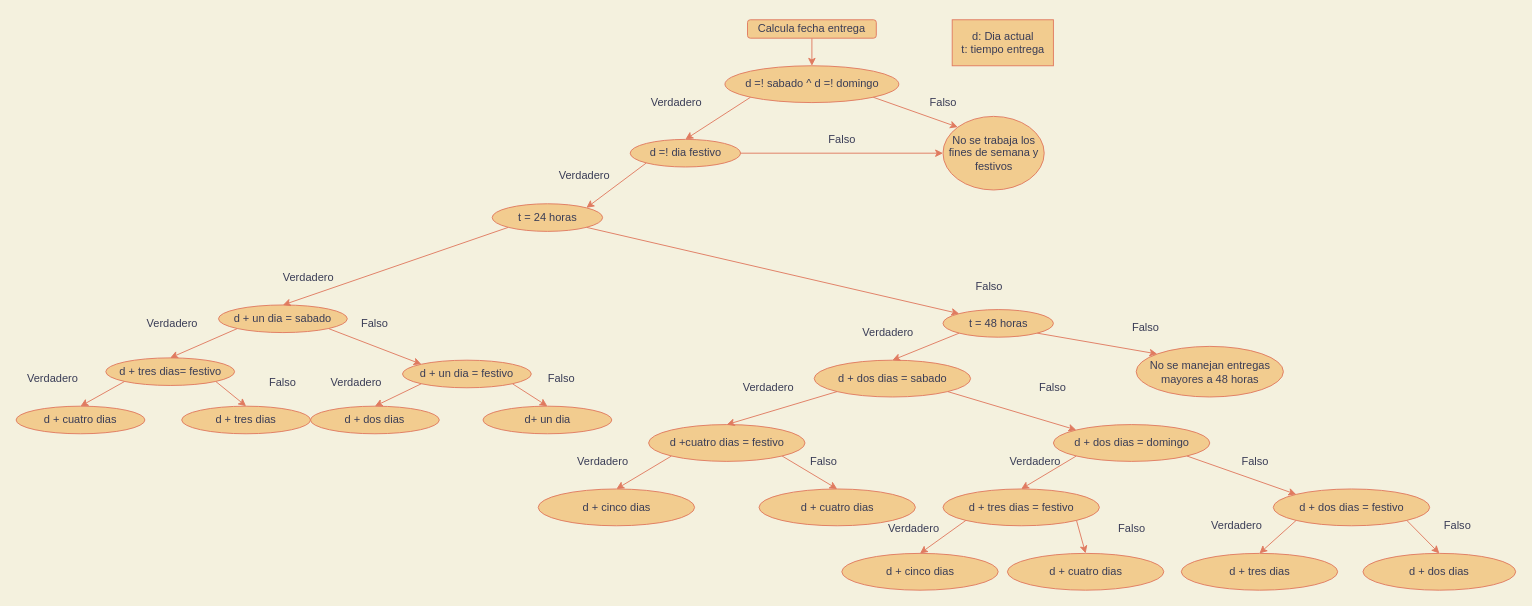
Earlier version of the draw.io diagram Untitled Diagram.drawio (Roldan0194/Roldan0194). Source tidied: cells renumbered, new cells numbered last; positions are measured from the earlier drawing's top-left corner, leaving out a move shared by most shapes. Both pictures are drawn from the tidied source at 92%, with x=0, y=0 at pixel (16, 19).
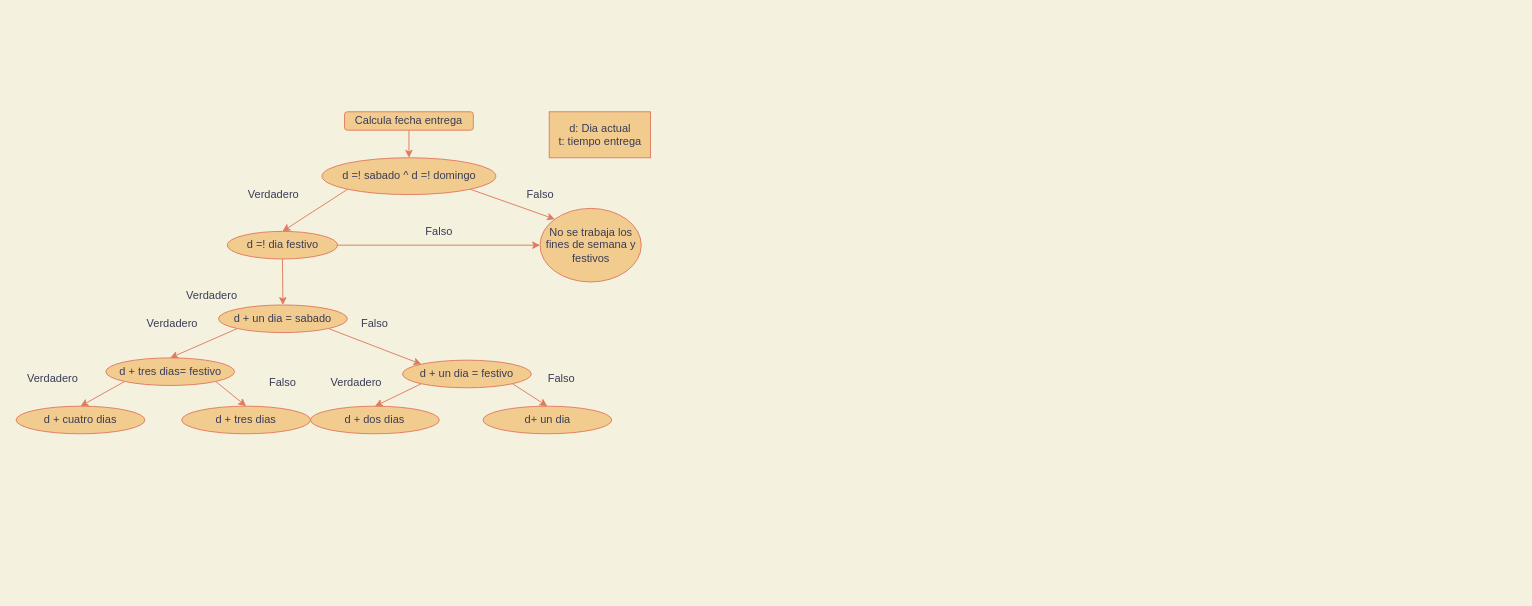
The same page after the edit.

The change refers to these unchanged cells:
```xml
<mxCell id="17" value="d + un dia = sabado" style="ellipse;whiteSpace=wrap;html=1;fillColor=#F2CC8F;strokeColor=#E07A5F;fontColor=#393C56;" parent="1" vertex="1">
  <mxGeometry x="220" y="310" width="140" height="30" as="geometry" />
</mxCell>
```

What changed in the source:
```diff
@@
     <mxCell id="3" value="Calcula fecha entrega" style="rounded=1;whiteSpace=wrap;html=1;fillColor=#F2CC8F;strokeColor=#E07A5F;fontColor=#393C56;" parent="1" vertex="1">
-      <mxGeometry x="795" width="140" height="20" as="geometry" />
+      <mxGeometry x="357" y="100" width="140" height="20" as="geometry" />
     </mxCell>
     <mxCell id="4" value="d =! sabado ^ d =! domingo " style="ellipse;whiteSpace=wrap;html=1;fillColor=#F2CC8F;strokeColor=#E07A5F;fontColor=#393C56;" parent="1" vertex="1">
-      <mxGeometry x="770.5" y="50" width="189" height="40" as="geometry" />
+      <mxGeometry x="332.5" y="150" width="189" height="40" as="geometry" />
     </mxCell>
     <mxCell id="5" value="&lt;div&gt;&lt;br&gt;&lt;/div&gt;&lt;div&gt;d: Dia actual&lt;/div&gt;&lt;div&gt;t: tiempo entrega&lt;/div&gt;&lt;div&gt;&lt;br&gt;&lt;/div&gt;" style="rounded=0;whiteSpace=wrap;html=1;fillColor=#F2CC8F;strokeColor=#E07A5F;fontColor=#393C56;" parent="1" vertex="1">
-      <mxGeometry x="1017.5" width="110" height="50" as="geometry" />
+      <mxGeometry x="579.5" y="100" width="110" height="50" as="geometry" />
     </mxCell>
@@
     <mxCell id="8" value="No se trabaja los fines de semana y festivos" style="ellipse;whiteSpace=wrap;html=1;fillColor=#F2CC8F;strokeColor=#E07A5F;fontColor=#393C56;" parent="1" vertex="1">
-      <mxGeometry x="1007.5" y="105" width="110" height="80" as="geometry" />
+      <mxGeometry x="569.5" y="205" width="110" height="80" as="geometry" />
     </mxCell>
     <mxCell id="9" value="d =! dia festivo" style="ellipse;whiteSpace=wrap;html=1;fillColor=#F2CC8F;strokeColor=#E07A5F;fontColor=#393C56;" parent="1" vertex="1">
-      <mxGeometry x="667.5" y="130" width="120" height="30" as="geometry" />
+      <mxGeometry x="229.5" y="230" width="120" height="30" as="geometry" />
     </mxCell>
@@
     <mxCell id="11" value="Verdadero" style="text;html=1;strokeColor=none;fillColor=none;align=center;verticalAlign=middle;whiteSpace=wrap;rounded=0;fontColor=#393C56;" parent="1" vertex="1">
-      <mxGeometry x="687.5" y="80" width="60" height="20" as="geometry" />
+      <mxGeometry x="249.5" y="180" width="60" height="20" as="geometry" />
     </mxCell>
     <mxCell id="12" value="Falso" style="text;html=1;strokeColor=none;fillColor=none;align=center;verticalAlign=middle;whiteSpace=wrap;rounded=0;fontColor=#393C56;" parent="1" vertex="1">
-      <mxGeometry x="987.5" y="80" width="40" height="20" as="geometry" />
+      <mxGeometry x="549.5" y="180" width="40" height="20" as="geometry" />
     </mxCell>
     <mxCell id="13" value="Falso" style="text;html=1;strokeColor=none;fillColor=none;align=center;verticalAlign=middle;whiteSpace=wrap;rounded=0;fontColor=#393C56;" parent="1" vertex="1">
-      <mxGeometry x="877.5" y="120" width="40" height="20" as="geometry" />
+      <mxGeometry x="439.5" y="220" width="40" height="20" as="geometry" />
     </mxCell>
     <mxCell id="14" value="Verdadero" style="text;html=1;strokeColor=none;fillColor=none;align=center;verticalAlign=middle;whiteSpace=wrap;rounded=0;fontColor=#393C56;" parent="1" vertex="1">
-      <mxGeometry x="587.5" y="160" width="60" height="20" as="geometry" />
+      <mxGeometry x="183" y="290" width="60" height="20" as="geometry" />
     </mxCell>
-    <mxCell id="15" style="endArrow=classic;html=1;exitX=0;exitY=1;exitDx=0;exitDy=0;entryX=1;entryY=0;entryDx=0;entryDy=0;strokeColor=#E07A5F;fontColor=#393C56;labelBackgroundColor=#F4F1DE;" parent="1" edge="1" source="9" target="16">
+    <mxCell id="15" style="endArrow=classic;html=1;exitX=0.5;exitY=1;exitDx=0;exitDy=0;entryX=0.5;entryY=0;entryDx=0;entryDy=0;strokeColor=#E07A5F;fontColor=#393C56;labelBackgroundColor=#F4F1DE;" parent="1" edge="1" source="9" target="17">
       <mxGeometry relative="1" as="geometry" />
     </mxCell>
-    <mxCell id="16" value="t = 24 horas" style="ellipse;whiteSpace=wrap;html=1;fillColor=#F2CC8F;strokeColor=#E07A5F;fontColor=#393C56;" parent="1" vertex="1">
-      <mxGeometry x="517.5" y="200" width="120" height="30" as="geometry" />
-    </mxCell>
@@
-    <mxCell id="18" style="endArrow=classic;html=1;exitX=0;exitY=1;exitDx=0;exitDy=0;entryX=0.5;entryY=0;entryDx=0;entryDy=0;strokeColor=#E07A5F;fontColor=#393C56;labelBackgroundColor=#F4F1DE;" parent="1" edge="1" source="16" target="17">
-      <mxGeometry relative="1" as="geometry" />
-    </mxCell>
@@
-    <mxCell id="21" value="Verdadero" style="text;html=1;strokeColor=none;fillColor=none;align=center;verticalAlign=middle;whiteSpace=wrap;rounded=0;fontColor=#393C56;" parent="1" vertex="1">
-      <mxGeometry x="287.5" y="270" width="60" height="20" as="geometry" />
-    </mxCell>
@@
-    <mxCell id="38" style="endArrow=classic;html=1;exitX=1;exitY=1;exitDx=0;exitDy=0;entryX=0;entryY=0;entryDx=0;entryDy=0;strokeColor=#E07A5F;fontColor=#393C56;labelBackgroundColor=#F4F1DE;" parent="1" edge="1" source="16" target="40">
-      <mxGeometry relative="1" as="geometry" />
-    </mxCell>
-    <mxCell id="39" value="Falso" style="text;html=1;strokeColor=none;fillColor=none;align=center;verticalAlign=middle;whiteSpace=wrap;rounded=0;fontColor=#393C56;" parent="1" vertex="1">
-      <mxGeometry x="1027.5" y="280" width="60" height="20" as="geometry" />
-    </mxCell>
-    <mxCell id="40" value="t = 48 horas" style="ellipse;whiteSpace=wrap;html=1;fillColor=#F2CC8F;strokeColor=#E07A5F;fontColor=#393C56;" parent="1" vertex="1">
-      <mxGeometry x="1007.5" y="315" width="120" height="30" as="geometry" />
-    </mxCell>
-    <mxCell id="41" value="No se manejan entregas mayores a 48 horas" style="ellipse;whiteSpace=wrap;html=1;fillColor=#F2CC8F;strokeColor=#E07A5F;fontColor=#393C56;" parent="1" vertex="1">
-      <mxGeometry x="1217.5" y="355" width="160" height="55" as="geometry" />
-    </mxCell>
-    <mxCell id="42" style="endArrow=classic;html=1;exitX=1;exitY=1;exitDx=0;exitDy=0;entryX=0;entryY=0;entryDx=0;entryDy=0;strokeColor=#E07A5F;fontColor=#393C56;labelBackgroundColor=#F4F1DE;" parent="1" edge="1" source="40" target="41">
-      <mxGeometry relative="1" as="geometry" />
-    </mxCell>
-    <mxCell id="43" value="Falso" style="text;html=1;strokeColor=none;fillColor=none;align=center;verticalAlign=middle;whiteSpace=wrap;rounded=0;fontColor=#393C56;" parent="1" vertex="1">
-      <mxGeometry x="1197.5" y="325" width="60" height="20" as="geometry" />
-    </mxCell>
-    <mxCell id="44" value="d + dos dias = sabado" style="ellipse;whiteSpace=wrap;html=1;fillColor=#F2CC8F;strokeColor=#E07A5F;fontColor=#393C56;" parent="1" vertex="1">
-      <mxGeometry x="867.5" y="370" width="170" height="40" as="geometry" />
-    </mxCell>
-    <mxCell id="45" style="endArrow=classic;html=1;exitX=0;exitY=1;exitDx=0;exitDy=0;entryX=0.5;entryY=0;entryDx=0;entryDy=0;strokeColor=#E07A5F;fontColor=#393C56;labelBackgroundColor=#F4F1DE;" parent="1" edge="1" source="40" target="44">
-      <mxGeometry relative="1" as="geometry" />
-    </mxCell>
-    <mxCell id="46" value="d +cuatro dias = festivo" style="ellipse;whiteSpace=wrap;html=1;fillColor=#F2CC8F;strokeColor=#E07A5F;fontColor=#393C56;" parent="1" vertex="1">
-      <mxGeometry x="687.5" y="440" width="170" height="40" as="geometry" />
-    </mxCell>
-    <mxCell id="47" value="d + dos dias = domingo" style="ellipse;whiteSpace=wrap;html=1;fillColor=#F2CC8F;strokeColor=#E07A5F;fontColor=#393C56;" parent="1" vertex="1">
-      <mxGeometry x="1127.5" y="440" width="170" height="40" as="geometry" />
-    </mxCell>
-    <mxCell id="48" style="endArrow=classic;html=1;exitX=0;exitY=1;exitDx=0;exitDy=0;entryX=0.5;entryY=0;entryDx=0;entryDy=0;strokeColor=#E07A5F;fontColor=#393C56;labelBackgroundColor=#F4F1DE;" parent="1" edge="1" source="44" target="46">
-      <mxGeometry relative="1" as="geometry" />
-    </mxCell>
-    <mxCell id="49" value="Verdadero" style="text;html=1;strokeColor=none;fillColor=none;align=center;verticalAlign=middle;whiteSpace=wrap;rounded=0;fontColor=#393C56;" parent="1" vertex="1">
-      <mxGeometry x="917.5" y="330" width="60" height="20" as="geometry" />
-    </mxCell>
-    <mxCell id="50" value="Verdadero" style="text;html=1;strokeColor=none;fillColor=none;align=center;verticalAlign=middle;whiteSpace=wrap;rounded=0;fontColor=#393C56;" parent="1" vertex="1">
-      <mxGeometry x="787.5" y="390" width="60" height="20" as="geometry" />
-    </mxCell>
-    <mxCell id="51" style="endArrow=classic;html=1;exitX=1;exitY=1;exitDx=0;exitDy=0;entryX=0;entryY=0;entryDx=0;entryDy=0;strokeColor=#E07A5F;fontColor=#393C56;labelBackgroundColor=#F4F1DE;" parent="1" edge="1" source="44" target="47">
-      <mxGeometry relative="1" as="geometry" />
-    </mxCell>
-    <mxCell id="52" value="d + cinco dias" style="ellipse;whiteSpace=wrap;html=1;fillColor=#F2CC8F;strokeColor=#E07A5F;fontColor=#393C56;" parent="1" vertex="1">
-      <mxGeometry x="567.5" y="510" width="170" height="40" as="geometry" />
-    </mxCell>
-    <mxCell id="53" value="d + cuatro dias" style="ellipse;whiteSpace=wrap;html=1;fillColor=#F2CC8F;strokeColor=#E07A5F;fontColor=#393C56;" parent="1" vertex="1">
-      <mxGeometry x="807.5" y="510" width="170" height="40" as="geometry" />
-    </mxCell>
-    <mxCell id="54" style="endArrow=classic;html=1;exitX=0;exitY=1;exitDx=0;exitDy=0;entryX=0.5;entryY=0;entryDx=0;entryDy=0;strokeColor=#E07A5F;fontColor=#393C56;labelBackgroundColor=#F4F1DE;" parent="1" edge="1" source="46" target="52">
-      <mxGeometry relative="1" as="geometry" />
-    </mxCell>
-    <mxCell id="55" value="Verdadero" style="text;html=1;strokeColor=none;fillColor=none;align=center;verticalAlign=middle;whiteSpace=wrap;rounded=0;fontColor=#393C56;" parent="1" vertex="1">
-      <mxGeometry x="607.5" y="470" width="60" height="20" as="geometry" />
-    </mxCell>
-    <mxCell id="56" value="Falso" style="text;html=1;strokeColor=none;fillColor=none;align=center;verticalAlign=middle;whiteSpace=wrap;rounded=0;fontColor=#393C56;" parent="1" vertex="1">
-      <mxGeometry x="847.5" y="470" width="60" height="20" as="geometry" />
-    </mxCell>
-    <mxCell id="57" style="endArrow=classic;html=1;exitX=1;exitY=1;exitDx=0;exitDy=0;entryX=0.5;entryY=0;entryDx=0;entryDy=0;strokeColor=#E07A5F;fontColor=#393C56;labelBackgroundColor=#F4F1DE;" parent="1" edge="1" source="46" target="53">
-      <mxGeometry relative="1" as="geometry" />
-    </mxCell>
-    <mxCell id="58" value="d + tres dias = festivo" style="ellipse;whiteSpace=wrap;html=1;fillColor=#F2CC8F;strokeColor=#E07A5F;fontColor=#393C56;" parent="1" vertex="1">
-      <mxGeometry x="1007.5" y="510" width="170" height="40" as="geometry" />
-    </mxCell>
-    <mxCell id="59" value="d + cinco dias" style="ellipse;whiteSpace=wrap;html=1;fillColor=#F2CC8F;strokeColor=#E07A5F;fontColor=#393C56;" parent="1" vertex="1">
-      <mxGeometry x="897.5" y="580" width="170" height="40" as="geometry" />
-    </mxCell>
-    <mxCell id="60" value="d + cuatro dias" style="ellipse;whiteSpace=wrap;html=1;fillColor=#F2CC8F;strokeColor=#E07A5F;fontColor=#393C56;" parent="1" vertex="1">
-      <mxGeometry x="1077.5" y="580" width="170" height="40" as="geometry" />
-    </mxCell>
-    <mxCell id="61" style="endArrow=classic;html=1;exitX=0;exitY=1;exitDx=0;exitDy=0;entryX=0.5;entryY=0;entryDx=0;entryDy=0;strokeColor=#E07A5F;fontColor=#393C56;labelBackgroundColor=#F4F1DE;" parent="1" edge="1" source="47" target="58">
-      <mxGeometry relative="1" as="geometry" />
-    </mxCell>
-    <mxCell id="62" style="endArrow=classic;html=1;exitX=0;exitY=1;exitDx=0;exitDy=0;entryX=0.5;entryY=0;entryDx=0;entryDy=0;strokeColor=#E07A5F;fontColor=#393C56;labelBackgroundColor=#F4F1DE;" parent="1" edge="1" source="58" target="59">
-      <mxGeometry relative="1" as="geometry" />
-    </mxCell>
-    <mxCell id="63" style="endArrow=classic;html=1;exitX=1;exitY=1;exitDx=0;exitDy=0;entryX=0.5;entryY=0;entryDx=0;entryDy=0;strokeColor=#E07A5F;fontColor=#393C56;labelBackgroundColor=#F4F1DE;" parent="1" edge="1" source="58" target="60">
-      <mxGeometry relative="1" as="geometry" />
-    </mxCell>
-    <mxCell id="64" value="Falso" style="text;html=1;strokeColor=none;fillColor=none;align=center;verticalAlign=middle;whiteSpace=wrap;rounded=0;fontColor=#393C56;" parent="1" vertex="1">
-      <mxGeometry x="1096.5" y="390" width="60" height="20" as="geometry" />
-    </mxCell>
-    <mxCell id="65" value="Falso" style="text;html=1;strokeColor=none;fillColor=none;align=center;verticalAlign=middle;whiteSpace=wrap;rounded=0;fontColor=#393C56;" parent="1" vertex="1">
-      <mxGeometry x="1182.5" y="543" width="60" height="20" as="geometry" />
-    </mxCell>
-    <mxCell id="66" value="Verdadero" style="text;html=1;strokeColor=none;fillColor=none;align=center;verticalAlign=middle;whiteSpace=wrap;rounded=0;fontColor=#393C56;" parent="1" vertex="1">
-      <mxGeometry x="1077.5" y="470" width="60" height="20" as="geometry" />
-    </mxCell>
-    <mxCell id="67" value="Verdadero" style="text;html=1;strokeColor=none;fillColor=none;align=center;verticalAlign=middle;whiteSpace=wrap;rounded=0;fontColor=#393C56;" parent="1" vertex="1">
-      <mxGeometry x="945.5" y="543" width="60" height="20" as="geometry" />
-    </mxCell>
-    <mxCell id="68" value="d + dos dias = festivo" style="ellipse;whiteSpace=wrap;html=1;fillColor=#F2CC8F;strokeColor=#E07A5F;fontColor=#393C56;" parent="1" vertex="1">
-      <mxGeometry x="1366.5" y="510" width="170" height="40" as="geometry" />
-    </mxCell>
-    <mxCell id="69" style="endArrow=classic;html=1;exitX=1;exitY=1;exitDx=0;exitDy=0;entryX=0;entryY=0;entryDx=0;entryDy=0;strokeColor=#E07A5F;fontColor=#393C56;labelBackgroundColor=#F4F1DE;" parent="1" edge="1" source="47" target="68">
-      <mxGeometry relative="1" as="geometry" />
-    </mxCell>
-    <mxCell id="70" value="Falso" style="text;html=1;strokeColor=none;fillColor=none;align=center;verticalAlign=middle;whiteSpace=wrap;rounded=0;fontColor=#393C56;" parent="1" vertex="1">
-      <mxGeometry x="1316.5" y="470" width="60" height="20" as="geometry" />
-    </mxCell>
-    <mxCell id="71" value="d + tres dias" style="ellipse;whiteSpace=wrap;html=1;fillColor=#F2CC8F;strokeColor=#E07A5F;fontColor=#393C56;" parent="1" vertex="1">
-      <mxGeometry x="1266.5" y="580" width="170" height="40" as="geometry" />
-    </mxCell>
-    <mxCell id="72" value="d + dos dias" style="ellipse;whiteSpace=wrap;html=1;fillColor=#F2CC8F;strokeColor=#E07A5F;fontColor=#393C56;" parent="1" vertex="1">
-      <mxGeometry x="1464" y="580" width="166" height="40" as="geometry" />
-    </mxCell>
-    <mxCell id="73" style="endArrow=classic;html=1;exitX=0;exitY=1;exitDx=0;exitDy=0;entryX=0.5;entryY=0;entryDx=0;entryDy=0;strokeColor=#E07A5F;fontColor=#393C56;labelBackgroundColor=#F4F1DE;" parent="1" edge="1" source="68" target="71">
-      <mxGeometry relative="1" as="geometry" />
-    </mxCell>
-    <mxCell id="74" style="endArrow=classic;html=1;exitX=1;exitY=1;exitDx=0;exitDy=0;entryX=0.5;entryY=0;entryDx=0;entryDy=0;strokeColor=#E07A5F;fontColor=#393C56;labelBackgroundColor=#F4F1DE;" parent="1" edge="1" source="68" target="72">
-      <mxGeometry relative="1" as="geometry" />
-    </mxCell>
-    <mxCell id="75" value="Falso" style="text;html=1;strokeColor=none;fillColor=none;align=center;verticalAlign=middle;whiteSpace=wrap;rounded=0;fontColor=#393C56;" parent="1" vertex="1">
-      <mxGeometry x="1536.5" y="540" width="60" height="20" as="geometry" />
-    </mxCell>
-    <mxCell id="76" value="Verdadero" style="text;html=1;strokeColor=none;fillColor=none;align=center;verticalAlign=middle;whiteSpace=wrap;rounded=0;fontColor=#393C56;" parent="1" vertex="1">
-      <mxGeometry x="1296.5" y="540" width="60" height="20" as="geometry" />
-    </mxCell>
```
